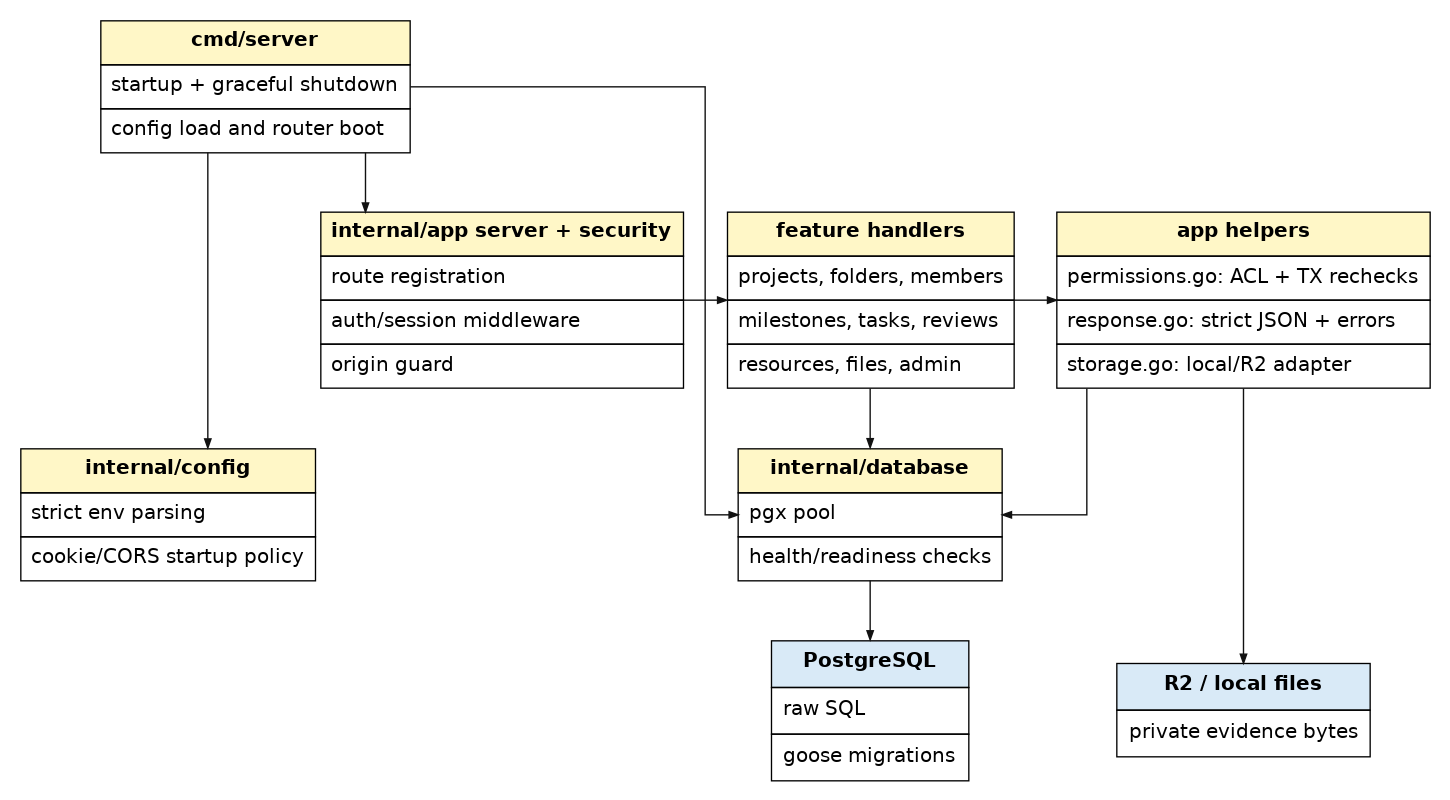
Before: report/assets/diagrams/backend-package-map.png, a diagram exported from PlantUML (gachu2002/UniTrack). Its source is kept beside it as report/diagrams/backend-package-map.puml.
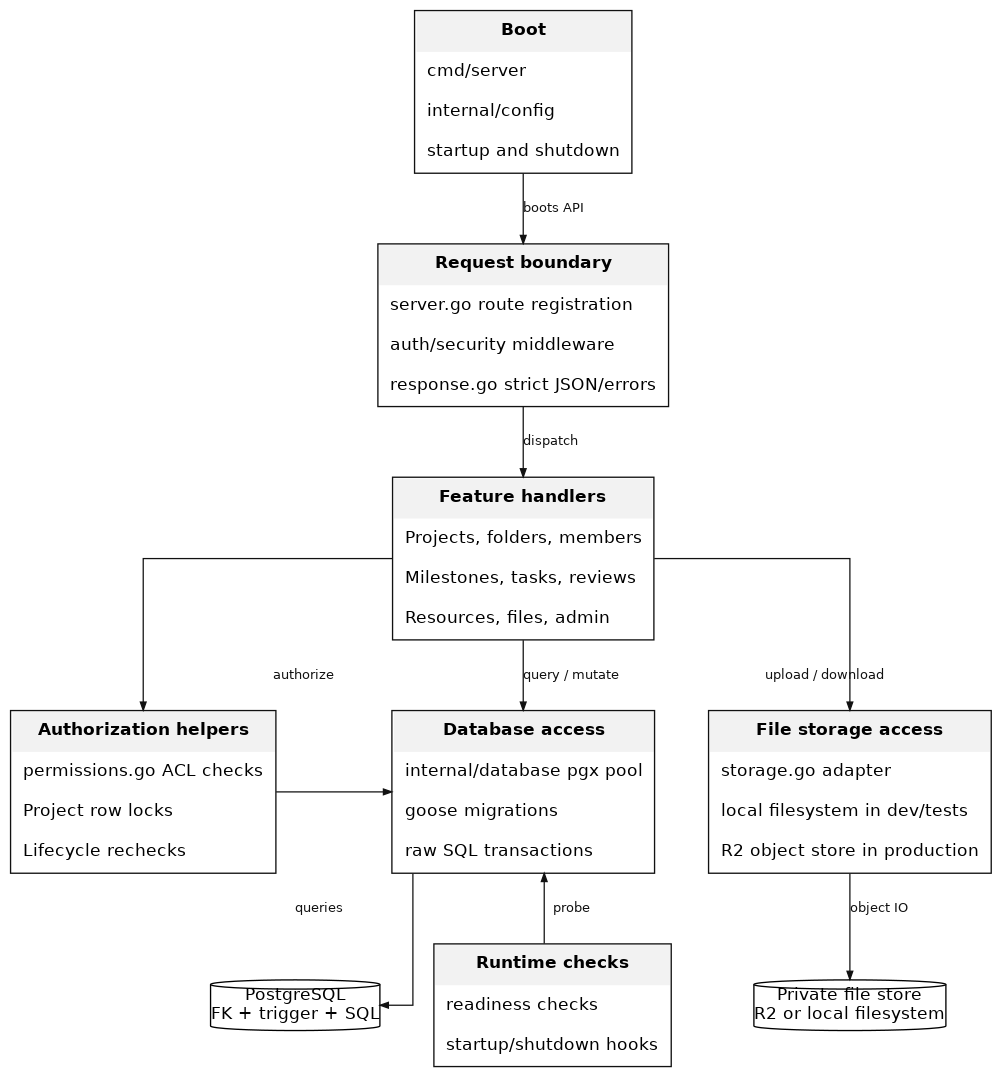
Later version of the same file.

Diff of the diagram source:
```diff
@@ -1,83 +1,85 @@
 @startdot
 digraph G {
-  graph [rankdir=TB, bgcolor="white", splines=ortho, nodesep=0.45, ranksep=0.62, pad=0.16, margin=0.05];
-  node [shape=plain, fontname="DejaVu Sans", fontsize=15, margin=0];
-  edge [fontname="DejaVu Sans", fontsize=11, color="#111111", fontcolor="#111111", arrowsize=0.68, penwidth=1.05];
+  graph [rankdir=TB, bgcolor="white", margin=0.03, pad=0.08, nodesep=0.56, ranksep=0.58, splines=ortho, outputorder=edgesfirst, newrank=true];
+  node [shape=plain, fontname="DejaVu Sans", fontsize=13, margin=0];
+  edge [color="#111111", penwidth=0.95, arrowsize=0.62, fontname="DejaVu Sans", fontsize=10, fontcolor="#111111"];
 
-  server [label=<
-    <TABLE BORDER="0" CELLBORDER="1" CELLSPACING="0" CELLPADDING="7">
-      <TR><TD BGCOLOR="#FFF7C7"><B>cmd/server</B></TD></TR>
-      <TR><TD ALIGN="LEFT">startup + graceful shutdown</TD></TR>
-      <TR><TD ALIGN="LEFT">config load and router boot</TD></TR>
-    </TABLE>
-  >];
-  config [label=<
-    <TABLE BORDER="0" CELLBORDER="1" CELLSPACING="0" CELLPADDING="7">
-      <TR><TD BGCOLOR="#FFF7C7"><B>internal/config</B></TD></TR>
-      <TR><TD ALIGN="LEFT">strict env parsing</TD></TR>
-      <TR><TD ALIGN="LEFT">cookie/CORS startup policy</TD></TR>
-    </TABLE>
-  >];
-  database [label=<
-    <TABLE BORDER="0" CELLBORDER="1" CELLSPACING="0" CELLPADDING="7">
-      <TR><TD BGCOLOR="#FFF7C7"><B>internal/database</B></TD></TR>
-      <TR><TD ALIGN="LEFT">pgx pool</TD></TR>
-      <TR><TD ALIGN="LEFT">health/readiness checks</TD></TR>
+  boot [label=<
+    <TABLE BORDER="1" CELLBORDER="0" CELLSPACING="0" CELLPADDING="8" COLOR="#111111">
+      <TR><TD BGCOLOR="#F2F2F2"><B>Boot</B></TD></TR>
+      <TR><TD ALIGN="LEFT">cmd/server</TD></TR>
+      <TR><TD ALIGN="LEFT">internal/config</TD></TR>
+      <TR><TD ALIGN="LEFT">startup and shutdown</TD></TR>
     </TABLE>
   >];
 
-  routes [label=<
-    <TABLE BORDER="0" CELLBORDER="1" CELLSPACING="0" CELLPADDING="7">
-      <TR><TD BGCOLOR="#FFF7C7"><B>internal/app server + security</B></TD></TR>
-      <TR><TD ALIGN="LEFT">route registration</TD></TR>
-      <TR><TD ALIGN="LEFT">auth/session middleware</TD></TR>
-      <TR><TD ALIGN="LEFT">origin guard</TD></TR>
-    </TABLE>
-  >];
-  handlers [label=<
-    <TABLE BORDER="0" CELLBORDER="1" CELLSPACING="0" CELLPADDING="7">
-      <TR><TD BGCOLOR="#FFF7C7"><B>feature handlers</B></TD></TR>
-      <TR><TD ALIGN="LEFT">projects, folders, members</TD></TR>
-      <TR><TD ALIGN="LEFT">milestones, tasks, reviews</TD></TR>
-      <TR><TD ALIGN="LEFT">resources, files, admin</TD></TR>
-    </TABLE>
-  >];
-  helpers [label=<
-    <TABLE BORDER="0" CELLBORDER="1" CELLSPACING="0" CELLPADDING="7">
-      <TR><TD BGCOLOR="#FFF7C7"><B>app helpers</B></TD></TR>
-      <TR><TD ALIGN="LEFT">permissions.go: ACL + TX rechecks</TD></TR>
-      <TR><TD ALIGN="LEFT">response.go: strict JSON + errors</TD></TR>
-      <TR><TD ALIGN="LEFT">storage.go: local/R2 adapter</TD></TR>
+  boundary [label=<
+    <TABLE BORDER="1" CELLBORDER="0" CELLSPACING="0" CELLPADDING="8" COLOR="#111111">
+      <TR><TD BGCOLOR="#F2F2F2"><B>Request boundary</B></TD></TR>
+      <TR><TD ALIGN="LEFT">server.go route registration</TD></TR>
+      <TR><TD ALIGN="LEFT">auth/security middleware</TD></TR>
+      <TR><TD ALIGN="LEFT">response.go strict JSON/errors</TD></TR>
     </TABLE>
   >];
 
-  pg [label=<
-    <TABLE BORDER="0" CELLBORDER="1" CELLSPACING="0" CELLPADDING="8">
-      <TR><TD BGCOLOR="#D9EAF7"><B>PostgreSQL</B></TD></TR>
-      <TR><TD ALIGN="LEFT">raw SQL</TD></TR>
-      <TR><TD ALIGN="LEFT">goose migrations</TD></TR>
-    </TABLE>
-  >];
-  object_storage [label=<
-    <TABLE BORDER="0" CELLBORDER="1" CELLSPACING="0" CELLPADDING="8">
-      <TR><TD BGCOLOR="#D9EAF7"><B>R2 / local files</B></TD></TR>
-      <TR><TD ALIGN="LEFT">private evidence bytes</TD></TR>
+  handlers [label=<
+    <TABLE BORDER="1" CELLBORDER="0" CELLSPACING="0" CELLPADDING="8" COLOR="#111111">
+      <TR><TD BGCOLOR="#F2F2F2"><B>Feature handlers</B></TD></TR>
+      <TR><TD ALIGN="LEFT">Projects, folders, members</TD></TR>
+      <TR><TD ALIGN="LEFT">Milestones, tasks, reviews</TD></TR>
+      <TR><TD ALIGN="LEFT">Resources, files, admin</TD></TR>
     </TABLE>
   >];
 
-  { rank=same; server; }
-  { rank=same; config; database; }
-  { rank=same; routes; handlers; helpers; }
-  { rank=same; pg; object_storage; }
+  authz [label=<
+    <TABLE BORDER="1" CELLBORDER="0" CELLSPACING="0" CELLPADDING="8" COLOR="#111111">
+      <TR><TD BGCOLOR="#F2F2F2"><B>Authorization helpers</B></TD></TR>
+      <TR><TD ALIGN="LEFT">permissions.go ACL checks</TD></TR>
+      <TR><TD ALIGN="LEFT">Project row locks</TD></TR>
+      <TR><TD ALIGN="LEFT">Lifecycle rechecks</TD></TR>
+    </TABLE>
+  >];
 
-  server -> config;
-  server -> database;
-  server -> routes;
-  routes -> handlers;
-  handlers -> helpers;
-  handlers -> database;
-  helpers -> database;
-  helpers -> object_storage;
-  database -> pg;
+  data [label=<
+    <TABLE BORDER="1" CELLBORDER="0" CELLSPACING="0" CELLPADDING="8" COLOR="#111111">
+      <TR><TD BGCOLOR="#F2F2F2"><B>Database access</B></TD></TR>
+      <TR><TD ALIGN="LEFT">internal/database pgx pool</TD></TR>
+      <TR><TD ALIGN="LEFT">goose migrations</TD></TR>
+      <TR><TD ALIGN="LEFT">raw SQL transactions</TD></TR>
+    </TABLE>
+  >];
+
+  objectio [label=<
+    <TABLE BORDER="1" CELLBORDER="0" CELLSPACING="0" CELLPADDING="8" COLOR="#111111">
+      <TR><TD BGCOLOR="#F2F2F2"><B>File storage access</B></TD></TR>
+      <TR><TD ALIGN="LEFT">storage.go adapter</TD></TR>
+      <TR><TD ALIGN="LEFT">local filesystem in dev/tests</TD></TR>
+      <TR><TD ALIGN="LEFT">R2 object store in production</TD></TR>
+    </TABLE>
+  >];
+
+  runtime [label=<
+    <TABLE BORDER="1" CELLBORDER="0" CELLSPACING="0" CELLPADDING="8" COLOR="#111111">
+      <TR><TD BGCOLOR="#F2F2F2"><B>Runtime checks</B></TD></TR>
+      <TR><TD ALIGN="LEFT">readiness checks</TD></TR>
+      <TR><TD ALIGN="LEFT">startup/shutdown hooks</TD></TR>
+    </TABLE>
+  >];
+
+  pg [shape=cylinder, label="PostgreSQL\nFK + trigger + SQL"];
+  files [shape=cylinder, label="Private file store\nR2 or local filesystem"];
+
+  boot -> boundary [label="boots API"];
+  boundary -> handlers [label="dispatch"];
+  handlers -> authz [label="authorize"];
+  handlers -> data [label="query / mutate"];
+  handlers -> objectio [label="upload / download"];
+  authz -> data [label="row locks"];
+  data -> pg [label="queries"];
+  objectio -> files [label="object IO"];
+  runtime -> data [label="probe"];
+
+  { rank=same; authz; data; objectio; }
+  { rank=same; pg; runtime; files; }
 }
 @enddot
```
